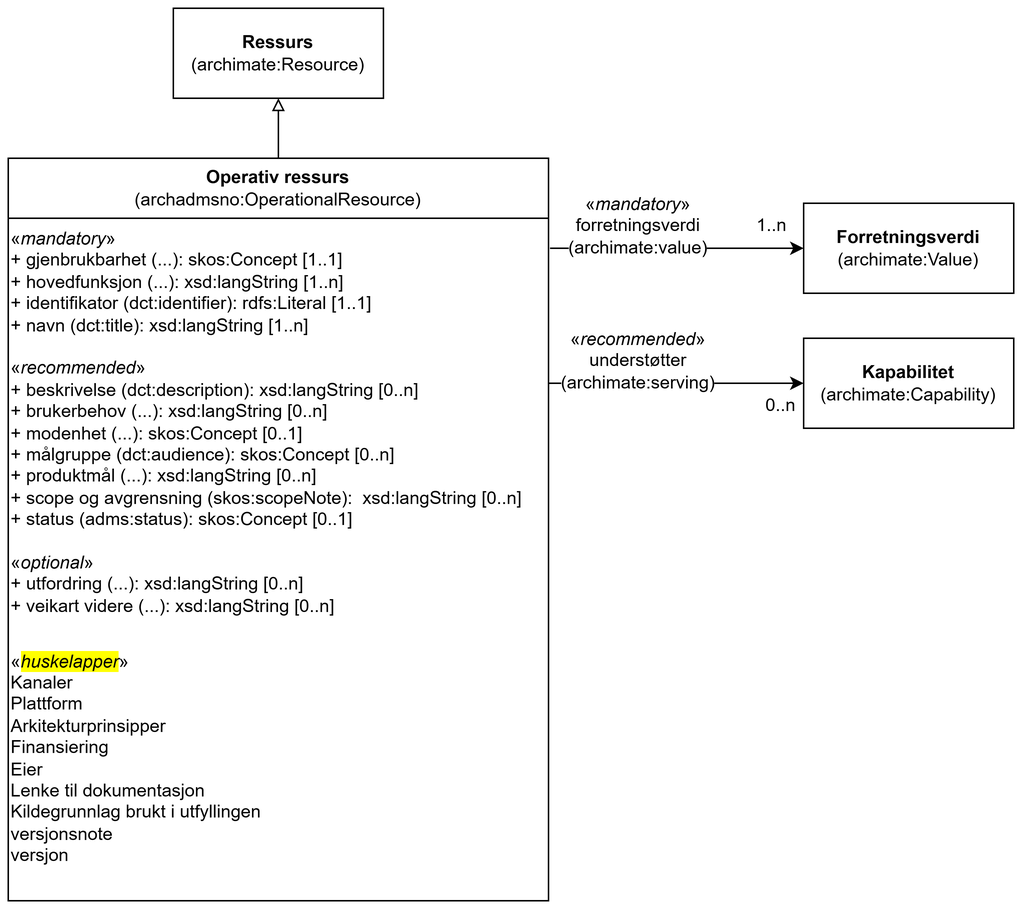
jimjyang/playground keeps this draw.io diagram as archadms-ap-no/docs/images/KlassenOperationalResource.png. Above is the earlier version. Source tidied: cells renumbered, new cells last; positions are measured from the earlier drawing's top-left corner, leaving out a move shared by most shapes.
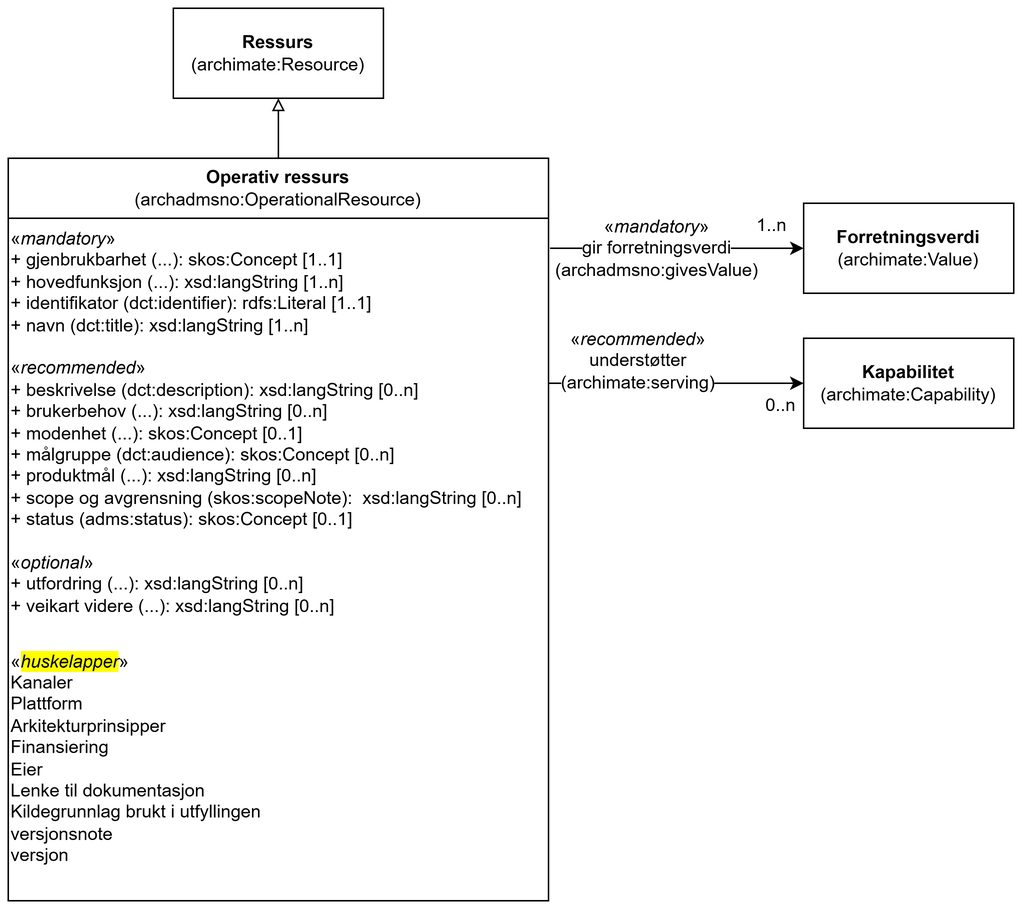
After the commit.

What changed in the source:
```diff
@@ -25,8 +25,8 @@
         <mxPoint x="361" y="160" as="sourcePoint" />
       </mxGeometry>
     </mxCell>
-    <mxCell id="9" value="&lt;span style=&quot;background-color: light-dark(#ffffff, var(--ge-dark-color, #121212));&quot;&gt;&lt;span style=&quot;text-align: left;&quot;&gt;«&lt;/span&gt;&lt;i style=&quot;text-align: left;&quot;&gt;mandatory&lt;/i&gt;&lt;span style=&quot;text-align: left;&quot;&gt;»&lt;/span&gt;&lt;/span&gt;&lt;div&gt;&lt;span style=&quot;text-align: left; background-color: light-dark(#ffffff, var(--ge-dark-color, #121212));&quot;&gt;forretningsverdi (archimate:value)&lt;/span&gt;&lt;/div&gt;" style="text;html=1;whiteSpace=wrap;strokeColor=none;fillColor=none;align=center;verticalAlign=middle;rounded=0;" parent="1" vertex="1">
-      <mxGeometry x="380" y="130" width="80" height="30" as="geometry" />
+    <mxCell id="9" value="&lt;span style=&quot;background-color: light-dark(#ffffff, var(--ge-dark-color, #121212));&quot;&gt;&lt;span style=&quot;text-align: left;&quot;&gt;«&lt;/span&gt;&lt;i style=&quot;text-align: left;&quot;&gt;mandatory&lt;/i&gt;&lt;span style=&quot;text-align: left;&quot;&gt;»&lt;/span&gt;&lt;/span&gt;&lt;div&gt;&lt;span style=&quot;text-align: left; background-color: light-dark(#ffffff, var(--ge-dark-color, #121212));&quot;&gt;gir forretningsverdi (archadmsno:givesValue)&lt;/span&gt;&lt;/div&gt;" style="text;html=1;whiteSpace=wrap;strokeColor=none;fillColor=none;align=center;verticalAlign=middle;rounded=0;" parent="1" vertex="1">
+      <mxGeometry x="320" y="145" width="225" height="30" as="geometry" />
     </mxCell>
     <mxCell id="10" value="&lt;span style=&quot;background-color: light-dark(#ffffff, var(--ge-dark-color, #121212));&quot;&gt;1..n&lt;/span&gt;" style="text;html=1;whiteSpace=wrap;strokeColor=none;fillColor=none;align=center;verticalAlign=middle;rounded=0;" parent="1" vertex="1">
       <mxGeometry x="494" y="130" width="30" height="30" as="geometry" />
```
